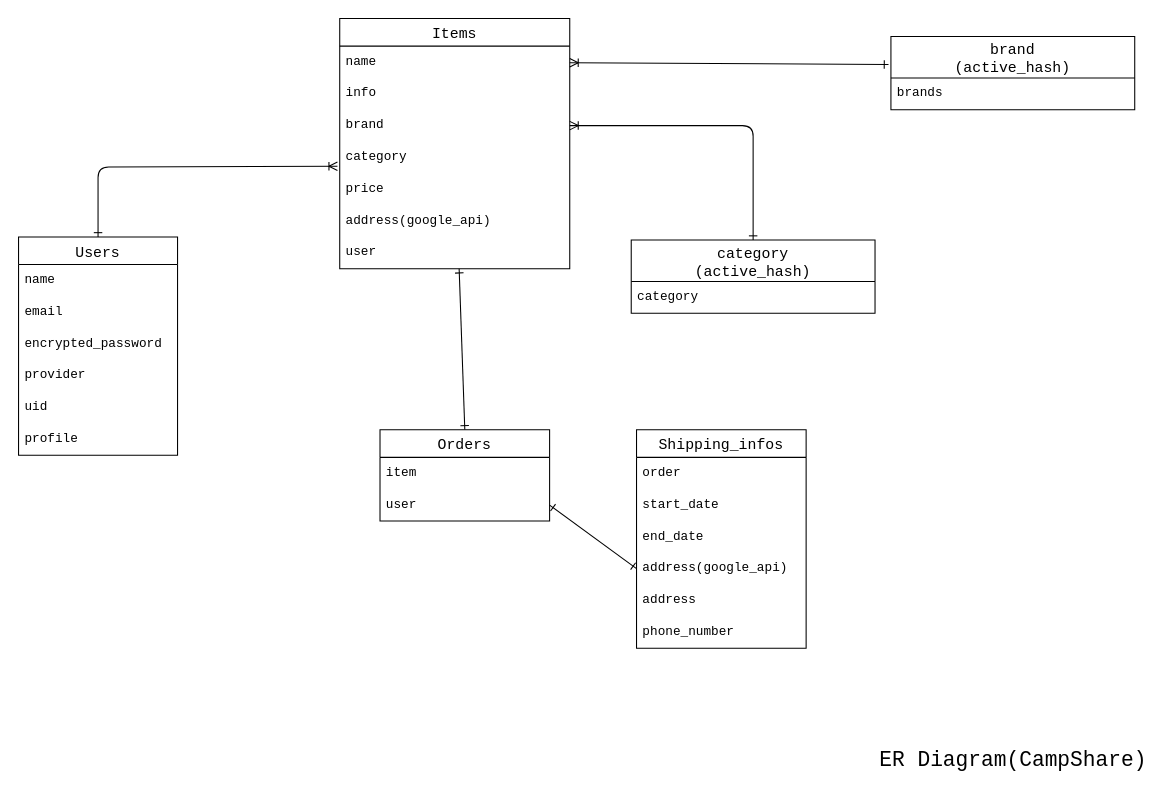
jin5211/campshare keeps this draw.io diagram as tables.dio. Above is the earlier version. Source tidied: cells renumbered, new cells numbered last; positions are measured from the earlier drawing's top-left corner, leaving out a move shared by most shapes. Both pictures are drawn from the tidied source at 106%, with x=0, y=0 at pixel (18, 18).
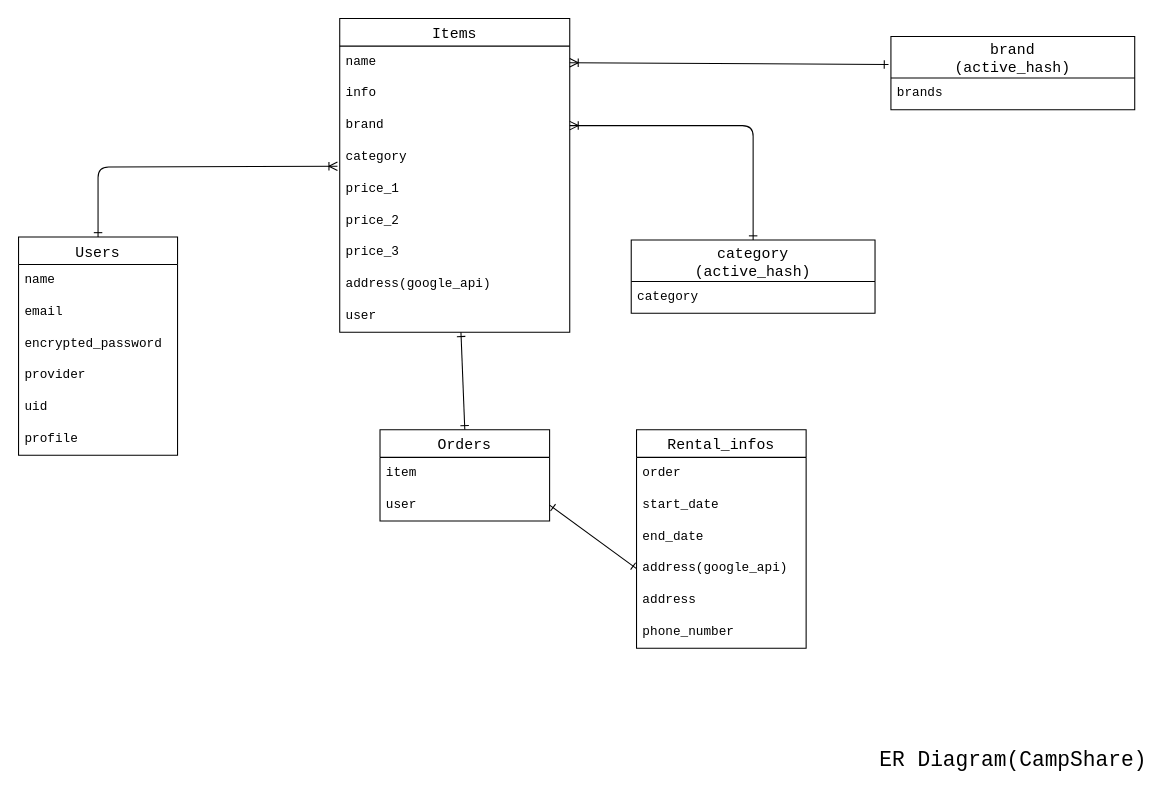
Above is the later version.

Diff of the diagram source:
```diff
@@
     <mxCell id="3" value="Items" style="swimlane;fontStyle=0;horizontal=1;startSize=26;align=center;fontSize=14;fontFamily=Courier New;" parent="1" vertex="1">
-      <mxGeometry x="303" width="217" height="236" as="geometry" />
+      <mxGeometry x="303" width="217" height="296" as="geometry" />
     </mxCell>
@@
-    <mxCell id="8" value="price" style="text;strokeColor=none;fillColor=none;spacingLeft=4;spacingRight=4;overflow=hidden;fontSize=12;fontFamily=Courier New;" parent="3" vertex="1">
+    <mxCell id="8" value="price_1" style="text;strokeColor=none;fillColor=none;spacingLeft=4;spacingRight=4;overflow=hidden;fontSize=12;fontFamily=Courier New;" parent="3" vertex="1">
       <mxGeometry y="146" width="217" height="30" as="geometry" />
     </mxCell>
+    <mxCell id="39" value="price_2" style="text;strokeColor=none;fillColor=none;spacingLeft=4;spacingRight=4;overflow=hidden;fontSize=12;fontFamily=Courier New;" parent="3" vertex="1">
+      <mxGeometry y="176" width="217" height="30" as="geometry" />
+    </mxCell>
+    <mxCell id="40" value="price_3" style="text;strokeColor=none;fillColor=none;spacingLeft=4;spacingRight=4;overflow=hidden;fontSize=12;fontFamily=Courier New;" parent="3" vertex="1">
+      <mxGeometry y="206" width="217" height="30" as="geometry" />
+    </mxCell>
     <mxCell id="9" value="address(google_api)" style="text;strokeColor=none;fillColor=none;spacingLeft=4;spacingRight=4;overflow=hidden;fontSize=12;fontFamily=Courier New;" parent="3" vertex="1">
-      <mxGeometry y="176" width="217" height="30" as="geometry" />
+      <mxGeometry y="236" width="217" height="30" as="geometry" />
     </mxCell>
     <mxCell id="10" value="user" style="text;strokeColor=none;fillColor=none;spacingLeft=4;spacingRight=4;overflow=hidden;fontSize=12;fontFamily=Courier New;" parent="3" vertex="1">
-      <mxGeometry y="206" width="217" height="30" as="geometry" />
+      <mxGeometry y="266" width="217" height="30" as="geometry" />
     </mxCell>
@@
-    <mxCell id="15" value="Shipping_infos" style="swimlane;fontStyle=0;horizontal=1;startSize=26;align=center;fontSize=14;fontFamily=Courier New;" parent="1" vertex="1">
+    <mxCell id="15" value="Rental_infos" style="swimlane;fontStyle=0;horizontal=1;startSize=26;align=center;fontSize=14;fontFamily=Courier New;" parent="1" vertex="1">
       <mxGeometry x="583" y="388" width="160" height="206" as="geometry" />
     </mxCell>
```
